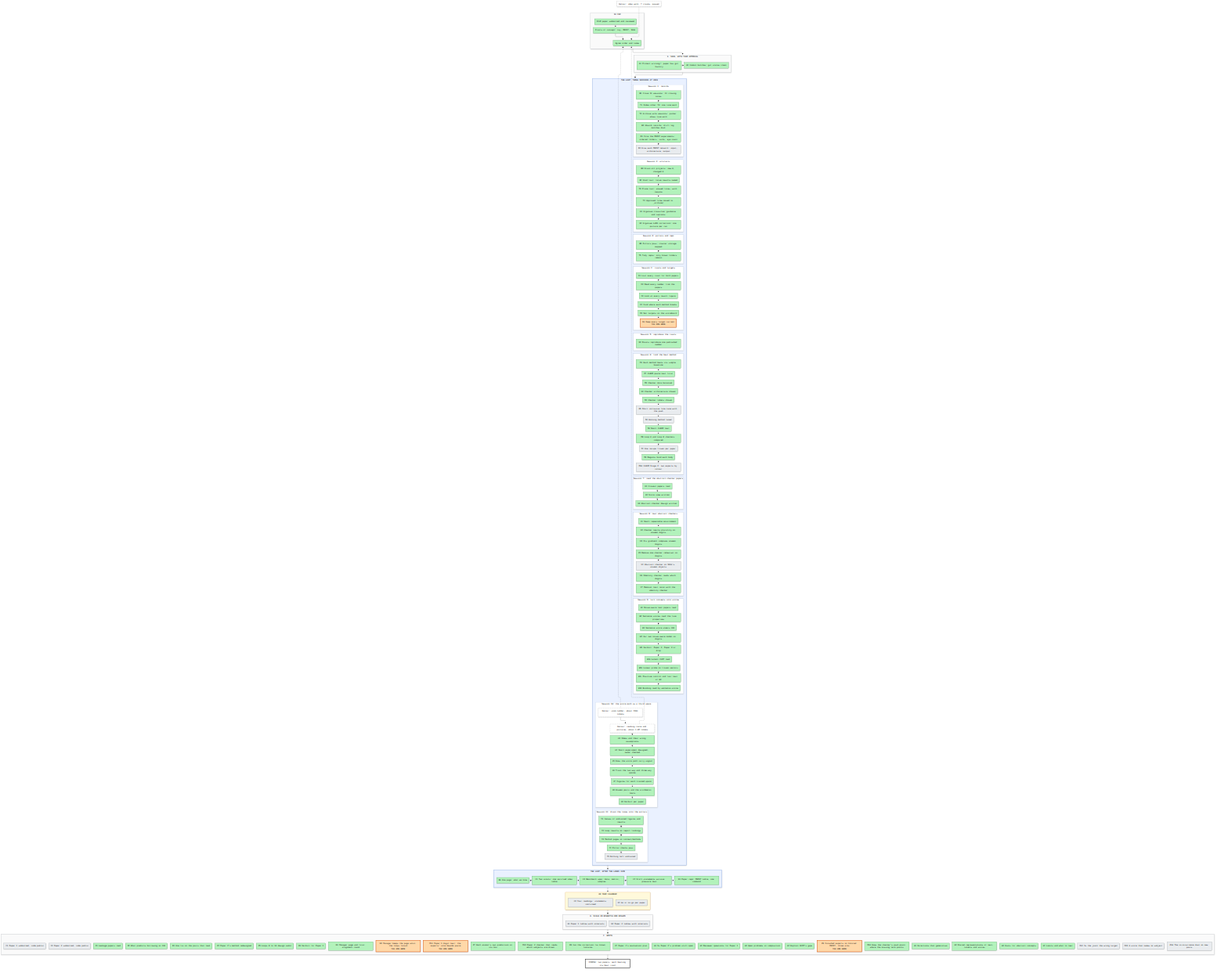
Above: artifacts/notes/progress/map.png in mo-rsa24/concept-composition (Mermaid), before the change. Its source is kept beside it as artifacts/notes/progress/map.mmd.
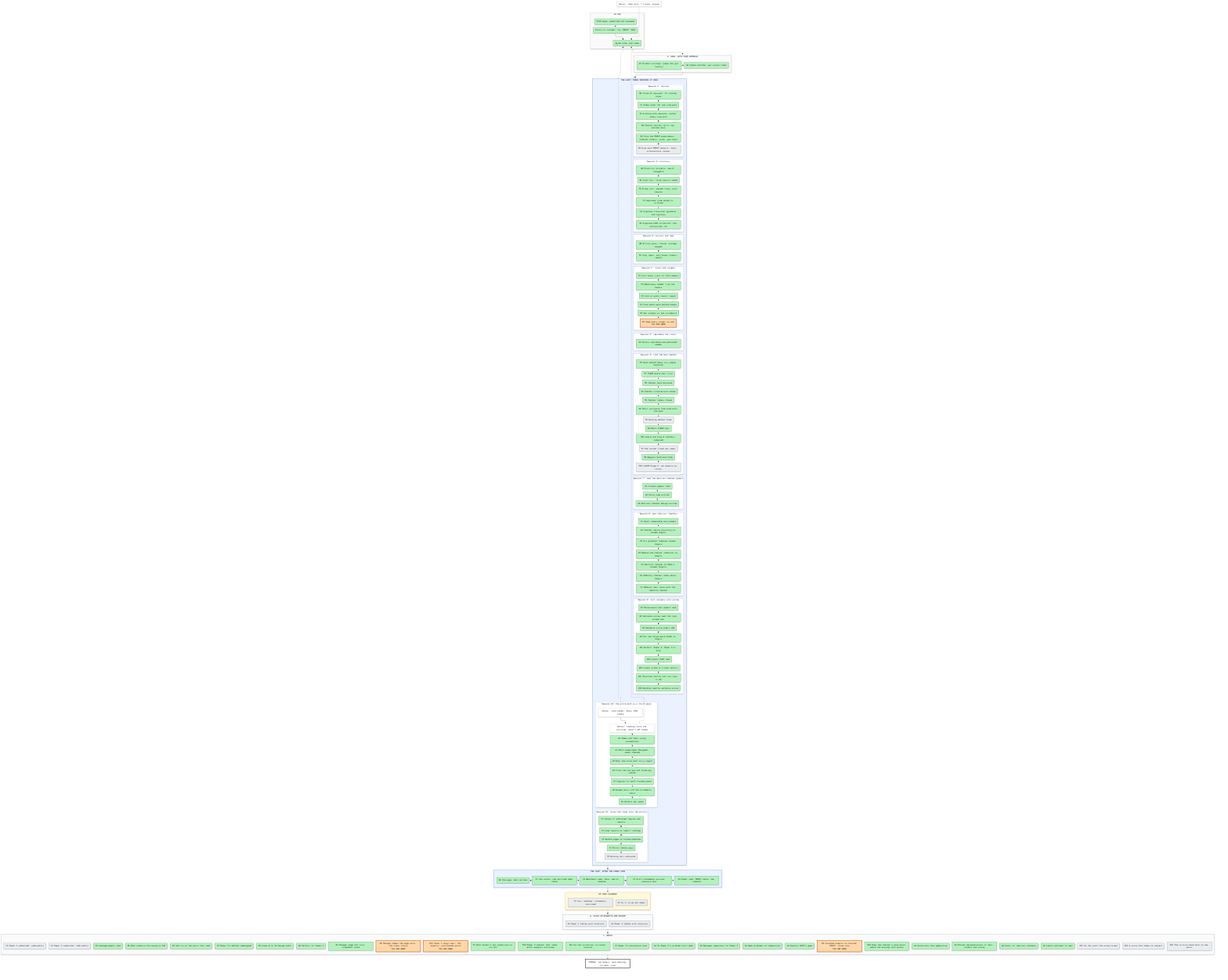
The same diagram one commit later.

The edit, as a diff of the source:
```diff
@@ -37,7 +37,7 @@
     end
     subgraph L6["Session 6: find the best method"]
       direction TB
-      M1["M1 Each method beats its simple baseline"]:::done --> M7["M7 CLEVR paste test first"]:::done --> M5["M5 Checker data balanced"]:::done --> D3["D3 Checker architecture chosen"]:::done --> M2["M2 Checker labels chosen"]:::done --> D5["D5 Short inclusive fine-tune with the push"]:::todo --> M3["M3 Winning method tuned"]:::todo --> M6["M6 Small CLEVR test"]:::done --> M8["M8 Loop 6 and Loop 8 checkers compared"]:::done --> M4["M4 One recipe frozen per paper"]:::todo --> M9["M9 Regions bind each body"]:::done --> M10["M10 CLEVR Stage 2: two experts by colour"]:::todo
+      M1["M1 Each method beats its simple baseline"]:::done --> M7["M7 CLEVR paste test first"]:::done --> M5["M5 Checker data balanced"]:::done --> D3["D3 Checker architecture chosen"]:::done --> M2["M2 Checker labels chosen"]:::done --> D5["D5 Short inclusive fine-tune with the push"]:::done --> M3["M3 Winning method tuned"]:::todo --> M6["M6 Small CLEVR test"]:::done --> M8["M8 Loop 6 and Loop 8 checkers compared"]:::done --> M4["M4 One recipe frozen per paper"]:::todo --> M9["M9 Regions bind each body"]:::done --> M10["M10 CLEVR Stage 2: two experts by colour"]:::todo
     end
     subgraph L7["Session 7: read the abstract-checker papers"]
       direction TB
@@ -45,7 +45,7 @@
     end
     subgraph L8["Session 8: test abstract checkers"]
       direction TB
-      V1["V1 Small repeatable environment"]:::done --> V2["V2 Checker learns plurality on unseen digits"]:::done --> V3["V3 Its gradient composes unseen digits"]:::done --> V5["V5 Remove-one-checker rehearsal on digits"]:::done --> V4["V4 Abstract checker on SDXL's unseen objects"]:::todo --> V6["V6 Identity checker reads which digits"]:::done --> V7["V7 Removal test rerun with the identity checker"]:::done
+      V1["V1 Small repeatable environment"]:::done --> V2["V2 Checker learns plurality on unseen digits"]:::done --> V3["V3 Its gradient composes unseen digits"]:::done --> V5["V5 Remove-one-checker rehearsal on digits"]:::done --> V4["V4 Abstract checker on SDXL's unseen objects"]:::done --> V6["V6 Identity checker reads which digits"]:::done --> V7["V7 Removal test rerun with the identity checker"]:::done
     end
     subgraph L9["Session 9: turn concepts into scores"]
       direction TB
```
